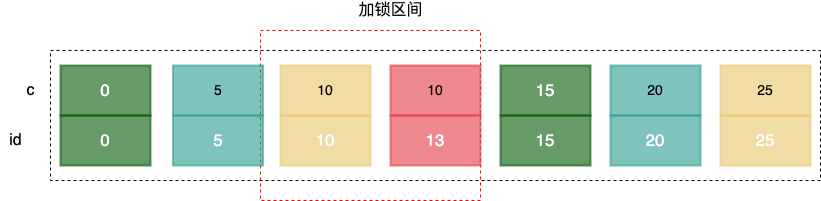
Before: img/mysql/mysql-index-search-lock-limit.png, a diagram exported from draw.io (boilingfrog/Go-POINT). Source tidied: cells renumbered, new cells last; positions are measured from the earlier drawing's top-left corner, leaving out a move shared by most shapes. Source of this version:
```xml
<mxGraphModel>
  <root>
    <mxCell id="0" />
    <mxCell id="1" parent="0" />
    <mxCell id="2" style="verticalLabelPosition=bottom;verticalAlign=top;html=1;shape=mxgraph.basic.rect;fillColor2=none;strokeWidth=1;size=20;indent=5;fillColor=none;dashed=1;strokeColor=#FF0000;" parent="1" vertex="1">
      <mxGeometry x="260" y="30" width="220" height="170" as="geometry" />
    </mxCell>
    <mxCell id="3" value="&lt;span style=&quot;font-size: 17px&quot;&gt;0&lt;/span&gt;" style="rounded=0;whiteSpace=wrap;html=1;fillStyle=auto;fontSize=14;strokeColor=#005700;strokeWidth=2;fillColor=#005700;fontColor=#ffffff;opacity=60;" parent="1" vertex="1">
      <mxGeometry x="60" y="65" width="90" height="50" as="geometry" />
    </mxCell>
    <mxCell id="4" value="5" style="rounded=0;whiteSpace=wrap;html=1;fillStyle=auto;fontSize=14;strokeColor=#2A9D8F;strokeWidth=2;fillColor=#2A9D8F;opacity=60;" parent="1" vertex="1">
      <mxGeometry x="172.5" y="65" width="90" height="50" as="geometry" />
    </mxCell>
    <mxCell id="5" value="10" style="rounded=0;whiteSpace=wrap;html=1;fillStyle=auto;fontSize=14;strokeColor=#E9C46A;strokeWidth=2;fillColor=#E9C46A;opacity=60;" parent="1" vertex="1">
      <mxGeometry x="280" y="65" width="90" height="50" as="geometry" />
    </mxCell>
    <mxCell id="6" value="10" style="rounded=0;whiteSpace=wrap;html=1;fillStyle=auto;fontSize=14;strokeColor=#E63946;strokeWidth=2;fillColor=#E63946;opacity=60;" parent="1" vertex="1">
      <mxGeometry x="390" y="65" width="90" height="50" as="geometry" />
    </mxCell>
    <mxCell id="7" value="&lt;span style=&quot;font-size: 17px&quot;&gt;0&lt;/span&gt;" style="rounded=0;whiteSpace=wrap;html=1;fillStyle=auto;fontSize=14;strokeColor=#005700;strokeWidth=2;fillColor=#005700;fontColor=#ffffff;opacity=60;" parent="1" vertex="1">
      <mxGeometry x="60" y="115" width="90" height="50" as="geometry" />
    </mxCell>
    <mxCell id="8" value="&lt;font color=&quot;#ffffff&quot;&gt;&lt;span style=&quot;font-size: 17px&quot;&gt;5&lt;/span&gt;&lt;/font&gt;" style="rounded=0;whiteSpace=wrap;html=1;fillStyle=auto;fontSize=14;strokeColor=#2A9D8F;strokeWidth=2;fillColor=#2A9D8F;opacity=60;" parent="1" vertex="1">
      <mxGeometry x="172.5" y="115" width="90" height="50" as="geometry" />
    </mxCell>
    <mxCell id="9" value="&lt;font color=&quot;#ffffff&quot;&gt;&lt;span style=&quot;font-size: 17px&quot;&gt;10&lt;/span&gt;&lt;/font&gt;" style="rounded=0;whiteSpace=wrap;html=1;fillStyle=auto;fontSize=14;strokeColor=#E9C46A;strokeWidth=2;fillColor=#E9C46A;opacity=60;" parent="1" vertex="1">
      <mxGeometry x="280" y="115" width="90" height="50" as="geometry" />
    </mxCell>
    <mxCell id="10" value="&lt;font color=&quot;#ffffff&quot;&gt;&lt;span style=&quot;font-size: 17px&quot;&gt;13&lt;/span&gt;&lt;/font&gt;" style="rounded=0;whiteSpace=wrap;html=1;fillStyle=auto;fontSize=14;strokeColor=#E63946;strokeWidth=2;fillColor=#E63946;opacity=60;" parent="1" vertex="1">
      <mxGeometry x="390" y="115" width="90" height="50" as="geometry" />
    </mxCell>
    <mxCell id="11" value="&lt;span style=&quot;font-size: 16px&quot;&gt;c&lt;/span&gt;" style="text;html=1;align=center;verticalAlign=middle;strokeColor=none;fillColor=none;" parent="1" vertex="1">
      <mxGeometry x="20" y="80" width="20" height="20" as="geometry" />
    </mxCell>
    <mxCell id="12" value="id" style="text;html=1;align=center;verticalAlign=middle;strokeColor=none;fillColor=none;fontSize=16;" parent="1" vertex="1">
      <mxGeometry y="130" width="30" height="20" as="geometry" />
    </mxCell>
    <mxCell id="13" value="&lt;span style=&quot;font-size: 17px&quot;&gt;15&lt;/span&gt;" style="rounded=0;whiteSpace=wrap;html=1;fillStyle=auto;fontSize=14;strokeColor=#005700;strokeWidth=2;fillColor=#005700;fontColor=#ffffff;opacity=60;" parent="1" vertex="1">
      <mxGeometry x="500" y="65" width="90" height="50" as="geometry" />
    </mxCell>
    <mxCell id="14" value="20" style="rounded=0;whiteSpace=wrap;html=1;fillStyle=auto;fontSize=14;strokeColor=#2A9D8F;strokeWidth=2;fillColor=#2A9D8F;opacity=60;" parent="1" vertex="1">
      <mxGeometry x="610" y="65" width="90" height="50" as="geometry" />
    </mxCell>
    <mxCell id="15" value="25" style="rounded=0;whiteSpace=wrap;html=1;fillStyle=auto;fontSize=14;strokeColor=#E9C46A;strokeWidth=2;fillColor=#E9C46A;opacity=60;" parent="1" vertex="1">
      <mxGeometry x="720" y="65" width="90" height="50" as="geometry" />
    </mxCell>
    <mxCell id="16" value="&lt;span style=&quot;font-size: 17px&quot;&gt;15&lt;/span&gt;" style="rounded=0;whiteSpace=wrap;html=1;fillStyle=auto;fontSize=14;strokeColor=#005700;strokeWidth=2;fillColor=#005700;fontColor=#ffffff;opacity=60;" parent="1" vertex="1">
      <mxGeometry x="500" y="115" width="90" height="50" as="geometry" />
    </mxCell>
    <mxCell id="17" value="&lt;font color=&quot;#ffffff&quot;&gt;&lt;span style=&quot;font-size: 17px&quot;&gt;20&lt;/span&gt;&lt;/font&gt;" style="rounded=0;whiteSpace=wrap;html=1;fillStyle=auto;fontSize=14;strokeColor=#2A9D8F;strokeWidth=2;fillColor=#2A9D8F;opacity=60;" parent="1" vertex="1">
      <mxGeometry x="610" y="115" width="90" height="50" as="geometry" />
    </mxCell>
    <mxCell id="18" value="&lt;font color=&quot;#ffffff&quot;&gt;&lt;span style=&quot;font-size: 17px&quot;&gt;25&lt;/span&gt;&lt;/font&gt;" style="rounded=0;whiteSpace=wrap;html=1;fillStyle=auto;fontSize=14;strokeColor=#E9C46A;strokeWidth=2;fillColor=#E9C46A;opacity=60;" parent="1" vertex="1">
      <mxGeometry x="720" y="115" width="90" height="50" as="geometry" />
    </mxCell>
    <mxCell id="19" style="verticalLabelPosition=bottom;verticalAlign=top;html=1;shape=mxgraph.basic.rect;fillColor2=none;strokeWidth=1;size=20;indent=5;fillColor=none;dashed=1;" parent="1" vertex="1">
      <mxGeometry x="50" y="50" width="770" height="130" as="geometry" />
    </mxCell>
    <mxCell id="20" value="加锁区间" style="text;html=1;align=center;verticalAlign=middle;strokeColor=none;fillColor=none;fontSize=16;" parent="1" vertex="1">
      <mxGeometry x="350" width="80" height="20" as="geometry" />
    </mxCell>
  </root>
</mxGraphModel>
```
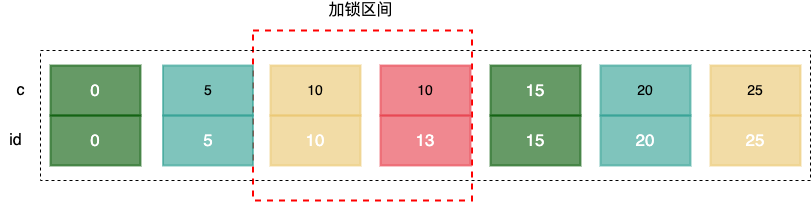
After the commit.

Commit message:
feat:MySQL 中的锁

What changed in the source:
```diff
@@ -2,8 +2,8 @@
   <root>
     <mxCell id="0" />
     <mxCell id="1" parent="0" />
-    <mxCell id="2" style="verticalLabelPosition=bottom;verticalAlign=top;html=1;shape=mxgraph.basic.rect;fillColor2=none;strokeWidth=1;size=20;indent=5;fillColor=none;dashed=1;strokeColor=#FF0000;" parent="1" vertex="1">
-      <mxGeometry x="260" y="30" width="220" height="170" as="geometry" />
+    <mxCell id="2" style="verticalLabelPosition=bottom;verticalAlign=top;html=1;shape=mxgraph.basic.rect;fillColor2=none;strokeWidth=2;size=20;indent=5;fillColor=none;dashed=1;strokeColor=#FF0000;" parent="1" vertex="1">
+      <mxGeometry x="262.5" y="30" width="219" height="170" as="geometry" />
     </mxCell>
     <mxCell id="3" value="&lt;span style=&quot;font-size: 17px&quot;&gt;0&lt;/span&gt;" style="rounded=0;whiteSpace=wrap;html=1;fillStyle=auto;fontSize=14;strokeColor=#005700;strokeWidth=2;fillColor=#005700;fontColor=#ffffff;opacity=60;" parent="1" vertex="1">
       <mxGeometry x="60" y="65" width="90" height="50" as="geometry" />
@@ -33,7 +33,7 @@
       <mxGeometry x="20" y="80" width="20" height="20" as="geometry" />
     </mxCell>
     <mxCell id="12" value="id" style="text;html=1;align=center;verticalAlign=middle;strokeColor=none;fillColor=none;fontSize=16;" parent="1" vertex="1">
-      <mxGeometry y="130" width="30" height="20" as="geometry" />
+      <mxGeometry x="10" y="130" width="30" height="20" as="geometry" />
     </mxCell>
     <mxCell id="13" value="&lt;span style=&quot;font-size: 17px&quot;&gt;15&lt;/span&gt;" style="rounded=0;whiteSpace=wrap;html=1;fillStyle=auto;fontSize=14;strokeColor=#005700;strokeWidth=2;fillColor=#005700;fontColor=#ffffff;opacity=60;" parent="1" vertex="1">
       <mxGeometry x="500" y="65" width="90" height="50" as="geometry" />
@@ -57,7 +57,7 @@
       <mxGeometry x="50" y="50" width="770" height="130" as="geometry" />
     </mxCell>
     <mxCell id="20" value="加锁区间" style="text;html=1;align=center;verticalAlign=middle;strokeColor=none;fillColor=none;fontSize=16;" parent="1" vertex="1">
-      <mxGeometry x="350" width="80" height="20" as="geometry" />
+      <mxGeometry x="330" width="80" height="20" as="geometry" />
     </mxCell>
   </root>
 </mxGraphModel>
```
